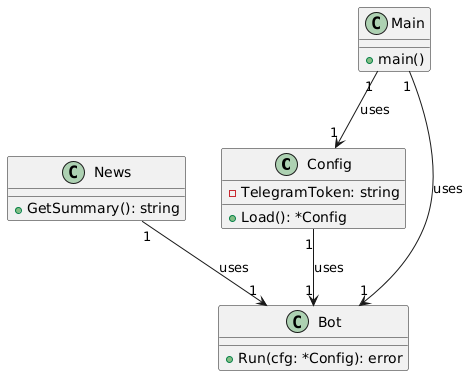
This is docs/docs/uml.png from siberianbearofficial/trading-news-tgbot, a PlantUML export, as it was before one commit.
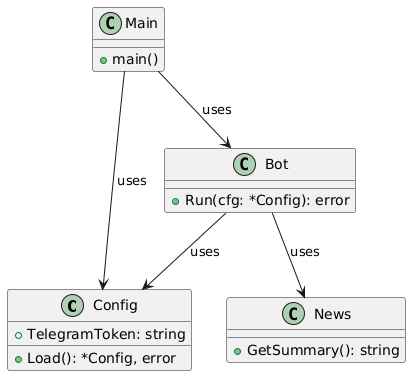
After the change.

What changed in the source:
```diff
@@ -1,7 +1,7 @@
 @startuml
 class Config {
-    -TelegramToken: string
-    +Load(): *Config
+    +TelegramToken: string
+    +Load(): *Config, error
 }
 
 class News {
@@ -16,8 +16,8 @@
     +main()
 }
 
-Config "1" --> "1" Bot : uses
-News "1" --> "1" Bot : uses
-Main "1" --> "1" Config : uses
-Main "1" --> "1" Bot : uses
+Main --> Config : uses
+Main --> Bot : uses
+Bot --> Config : uses
+Bot --> News : uses
 @enduml
```
